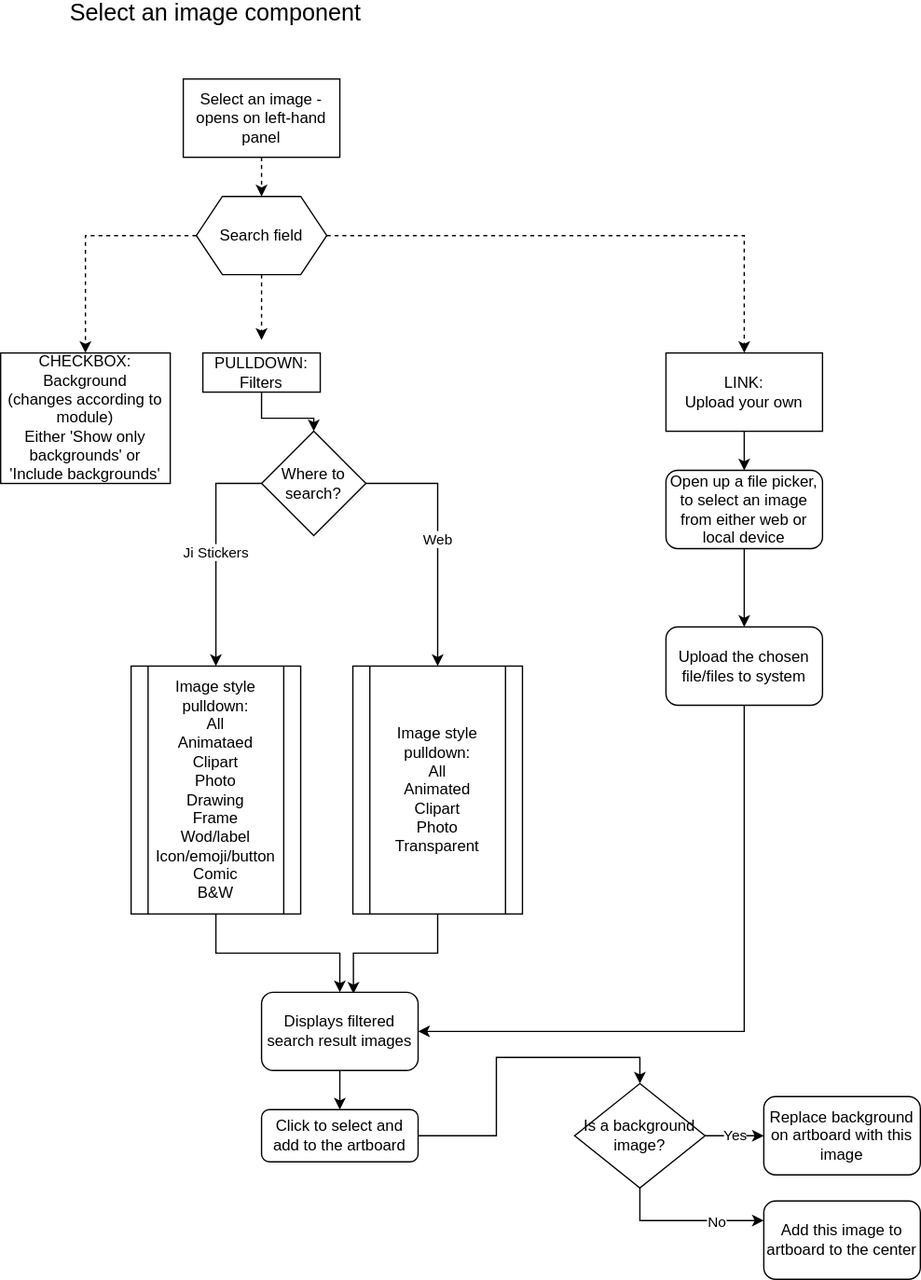
This is modules/components/select-image.drawio.svg from ji-devs/ji-cloud-flowcharts, a draw.io export, as it was before one commit. Source tidied: cells renumbered, new cells last; positions are measured from the earlier drawing's top-left corner, leaving out a move shared by most shapes. Source of this version:
```xml
<mxGraphModel>
  <root>
    <mxCell id="0" />
    <mxCell id="1" parent="0" />
    <mxCell id="2" value="Ji Stickers" style="edgeStyle=orthogonalEdgeStyle;rounded=0;jettySize=auto;html=1;entryX=0.5;entryY=0;entryDx=0;entryDy=0;" parent="1" edge="1" source="4" target="6">
      <mxGeometry relative="1" as="geometry">
        <Array as="points">
          <mxPoint x="165" y="370" />
        </Array>
      </mxGeometry>
    </mxCell>
    <mxCell id="3" value="Web" style="edgeStyle=orthogonalEdgeStyle;rounded=0;jettySize=auto;html=1;entryX=0.5;entryY=0;entryDx=0;entryDy=0;exitX=1;exitY=0.5;exitDx=0;exitDy=0;" parent="1" edge="1" source="4" target="8">
      <mxGeometry relative="1" as="geometry" />
    </mxCell>
    <mxCell id="4" value="Where to search?" style="rhombus;whiteSpace=wrap;html=1;" parent="1" vertex="1">
      <mxGeometry x="200" y="330" width="80" height="80" as="geometry" />
    </mxCell>
    <mxCell id="5" style="edgeStyle=orthogonalEdgeStyle;rounded=0;jettySize=auto;html=1;entryX=0.5;entryY=0;entryDx=0;entryDy=0;" parent="1" edge="1" source="6" target="23">
      <mxGeometry relative="1" as="geometry" />
    </mxCell>
    <mxCell id="6" value="Image style pulldown:&lt;br&gt;All&lt;br&gt;Animataed&lt;br&gt;Clipart&lt;br&gt;Photo&lt;br&gt;Drawing&lt;br&gt;Frame&lt;br&gt;Wod/label&lt;br&gt;Icon/emoji/button&lt;br&gt;Comic&lt;br&gt;B&amp;amp;W" style="shape=process;whiteSpace=wrap;html=1;backgroundOutline=1;" parent="1" vertex="1">
      <mxGeometry x="100" y="510" width="130" height="190" as="geometry" />
    </mxCell>
    <mxCell id="7" style="edgeStyle=orthogonalEdgeStyle;rounded=0;jettySize=auto;html=1;entryX=0.587;entryY=0.02;entryDx=0;entryDy=0;entryPerimeter=0;" parent="1" edge="1" source="8" target="23">
      <mxGeometry relative="1" as="geometry" />
    </mxCell>
    <mxCell id="8" value="Image style pulldown:&lt;br&gt;All&lt;br&gt;Animated&lt;br&gt;Clipart&lt;br&gt;Photo&lt;br&gt;Transparent" style="shape=process;whiteSpace=wrap;html=1;backgroundOutline=1;" parent="1" vertex="1">
      <mxGeometry x="270" y="510" width="130" height="190" as="geometry" />
    </mxCell>
    <mxCell id="9" value="&lt;font style=&quot;font-size: 18px&quot;&gt;Select an image component&lt;/font&gt;" style="text;html=1;strokeColor=none;fillColor=none;align=center;verticalAlign=middle;whiteSpace=wrap;rounded=0;" parent="1" vertex="1">
      <mxGeometry x="30" width="270" height="20" as="geometry" />
    </mxCell>
    <mxCell id="10" style="edgeStyle=orthogonalEdgeStyle;rounded=0;jettySize=auto;html=1;dashed=1;exitX=0;exitY=0.5;exitDx=0;exitDy=0;" parent="1" edge="1" source="16" target="13">
      <mxGeometry relative="1" as="geometry" />
    </mxCell>
    <mxCell id="11" style="edgeStyle=orthogonalEdgeStyle;rounded=0;jettySize=auto;html=1;exitX=0.5;exitY=1;exitDx=0;exitDy=0;entryX=0.5;entryY=0;entryDx=0;entryDy=0;dashed=1;" parent="1" edge="1" source="12" target="16">
      <mxGeometry relative="1" as="geometry" />
    </mxCell>
    <mxCell id="12" value="Select an image - opens on left-hand panel" style="rounded=0;whiteSpace=wrap;html=1;" parent="1" vertex="1">
      <mxGeometry x="140" y="60" width="120" height="60" as="geometry" />
    </mxCell>
    <mxCell id="13" value="CHECKBOX: Background &lt;br&gt;(changes according to module)&lt;br&gt;Either 'Show only backgrounds' or 'Include backgrounds'" style="rounded=0;whiteSpace=wrap;html=1;" parent="1" vertex="1">
      <mxGeometry y="270" width="130" height="100" as="geometry" />
    </mxCell>
    <mxCell id="14" style="edgeStyle=orthogonalEdgeStyle;rounded=0;jettySize=auto;html=1;exitX=0.5;exitY=1;exitDx=0;exitDy=0;dashed=1;" parent="1" edge="1" source="16">
      <mxGeometry relative="1" as="geometry">
        <mxPoint x="200" y="260" as="targetPoint" />
      </mxGeometry>
    </mxCell>
    <mxCell id="15" style="edgeStyle=orthogonalEdgeStyle;rounded=0;jettySize=auto;html=1;dashed=1;entryX=0.5;entryY=0;entryDx=0;entryDy=0;" parent="1" edge="1" source="16" target="21">
      <mxGeometry relative="1" as="geometry" />
    </mxCell>
    <mxCell id="16" value="Search field" style="shape=hexagon;perimeter=hexagonPerimeter2;whiteSpace=wrap;html=1;fixedSize=1;" parent="1" vertex="1">
      <mxGeometry x="150" y="150" width="100" height="60" as="geometry" />
    </mxCell>
    <mxCell id="17" style="edgeStyle=orthogonalEdgeStyle;rounded=0;jettySize=auto;html=1;entryX=0.5;entryY=0;entryDx=0;entryDy=0;" parent="1" edge="1" source="18" target="4">
      <mxGeometry relative="1" as="geometry" />
    </mxCell>
    <mxCell id="18" value="PULLDOWN: Filters" style="whiteSpace=wrap;html=1;" parent="1" vertex="1">
      <mxGeometry x="155" y="270" width="90" height="30" as="geometry" />
    </mxCell>
    <mxCell id="19" style="edgeStyle=orthogonalEdgeStyle;rounded=0;jettySize=auto;html=1;entryX=1;entryY=0.5;entryDx=0;entryDy=0;exitX=0.5;exitY=1;exitDx=0;exitDy=0;" parent="1" edge="1" source="34" target="23">
      <mxGeometry relative="1" as="geometry" />
    </mxCell>
    <mxCell id="20" style="edgeStyle=orthogonalEdgeStyle;rounded=0;jettySize=auto;html=1;entryX=0.5;entryY=0;entryDx=0;entryDy=0;" parent="1" edge="1" source="21" target="33">
      <mxGeometry relative="1" as="geometry" />
    </mxCell>
    <mxCell id="21" value="LINK: &lt;br&gt;Upload your own" style="rounded=0;whiteSpace=wrap;html=1;" parent="1" vertex="1">
      <mxGeometry x="510" y="270" width="120" height="60" as="geometry" />
    </mxCell>
    <mxCell id="22" style="edgeStyle=orthogonalEdgeStyle;rounded=0;jettySize=auto;html=1;entryX=0.5;entryY=0;entryDx=0;entryDy=0;" parent="1" edge="1" source="23" target="25">
      <mxGeometry relative="1" as="geometry" />
    </mxCell>
    <mxCell id="23" value="Displays filtered search result images" style="rounded=1;whiteSpace=wrap;html=1;" parent="1" vertex="1">
      <mxGeometry x="200" y="760" width="120" height="60" as="geometry" />
    </mxCell>
    <mxCell id="24" style="edgeStyle=orthogonalEdgeStyle;rounded=0;jettySize=auto;html=1;entryX=0.5;entryY=0;entryDx=0;entryDy=0;" parent="1" edge="1" source="25" target="29">
      <mxGeometry relative="1" as="geometry" />
    </mxCell>
    <mxCell id="25" value="Click to select and add to the artboard" style="rounded=1;whiteSpace=wrap;html=1;" parent="1" vertex="1">
      <mxGeometry x="200" y="850" width="120" height="40" as="geometry" />
    </mxCell>
    <mxCell id="26" value="Yes" style="edgeStyle=orthogonalEdgeStyle;rounded=0;jettySize=auto;html=1;entryX=0;entryY=0.5;entryDx=0;entryDy=0;" parent="1" edge="1" source="29" target="30">
      <mxGeometry relative="1" as="geometry" />
    </mxCell>
    <mxCell id="27" style="edgeStyle=orthogonalEdgeStyle;rounded=0;jettySize=auto;html=1;entryX=0;entryY=0.25;entryDx=0;entryDy=0;exitX=0.5;exitY=1;exitDx=0;exitDy=0;" parent="1" edge="1" source="29" target="31">
      <mxGeometry relative="1" as="geometry" />
    </mxCell>
    <mxCell id="28" value="No" style="edgeLabel;html=1;align=center;verticalAlign=middle;" parent="27" vertex="1">
      <mxGeometry x="0.38" relative="1" as="geometry" />
    </mxCell>
    <mxCell id="29" value="Is a background image?" style="rhombus;whiteSpace=wrap;html=1;" parent="1" vertex="1">
      <mxGeometry x="440" y="830" width="100" height="80" as="geometry" />
    </mxCell>
    <mxCell id="30" value="Replace background on artboard with this image" style="rounded=1;whiteSpace=wrap;html=1;" parent="1" vertex="1">
      <mxGeometry x="585" y="840" width="120" height="60" as="geometry" />
    </mxCell>
    <mxCell id="31" value="Add this image to artboard to the center" style="rounded=1;whiteSpace=wrap;html=1;" parent="1" vertex="1">
      <mxGeometry x="585" y="920" width="120" height="60" as="geometry" />
    </mxCell>
    <mxCell id="32" style="edgeStyle=orthogonalEdgeStyle;rounded=0;jettySize=auto;html=1;entryX=0.5;entryY=0;entryDx=0;entryDy=0;" parent="1" edge="1" source="33" target="34">
      <mxGeometry relative="1" as="geometry" />
    </mxCell>
    <mxCell id="33" value="Open up a file picker, to select an image from either web or local device" style="rounded=1;whiteSpace=wrap;html=1;" parent="1" vertex="1">
      <mxGeometry x="510" y="360" width="120" height="60" as="geometry" />
    </mxCell>
    <mxCell id="34" value="Upload the chosen file/files to system" style="rounded=1;whiteSpace=wrap;html=1;" parent="1" vertex="1">
      <mxGeometry x="510" y="480" width="120" height="60" as="geometry" />
    </mxCell>
  </root>
</mxGraphModel>
```
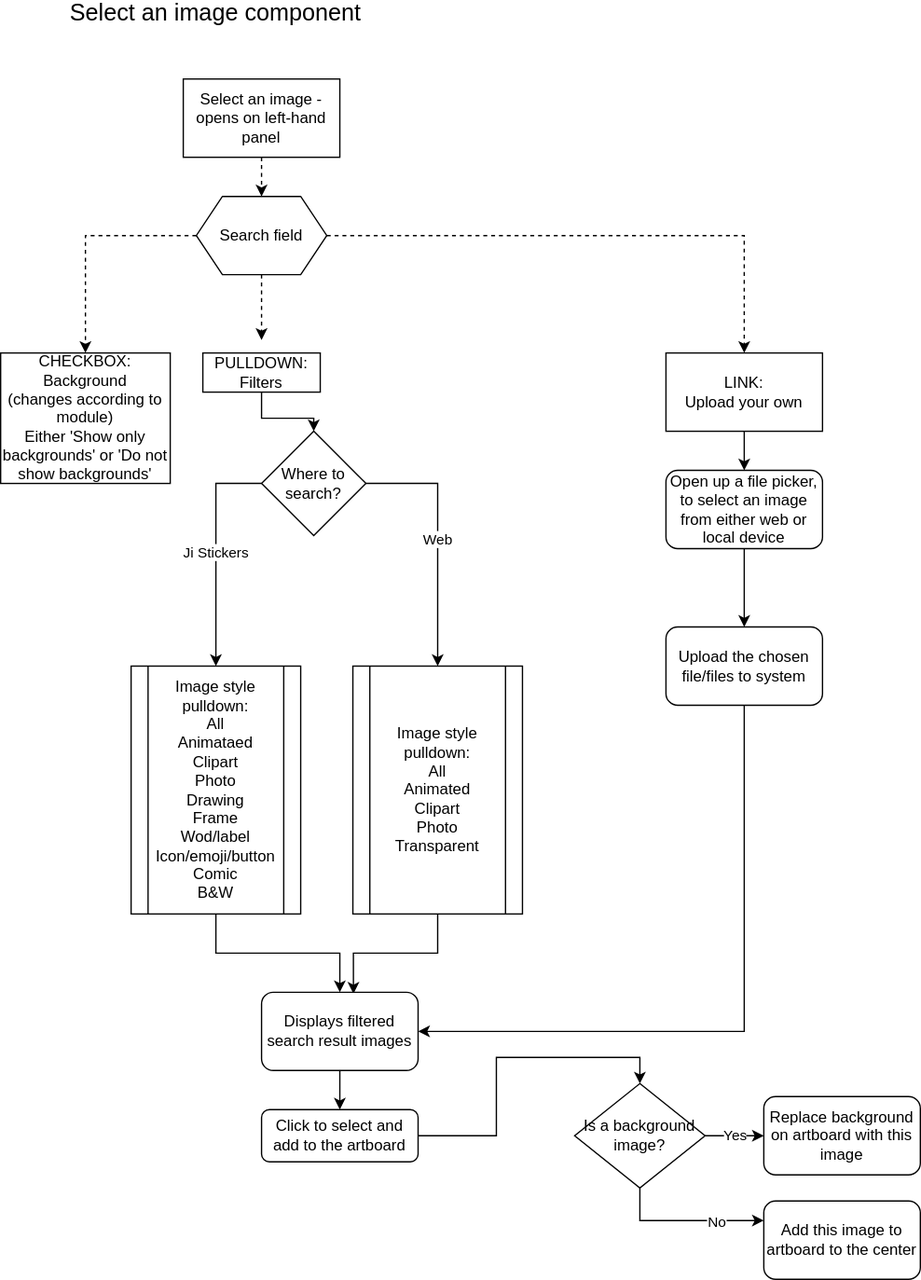
Later version of the same file.

Change to the diagram source:
```diff
@@ -39,7 +39,7 @@
     <mxCell id="12" value="Select an image - opens on left-hand panel" style="rounded=0;whiteSpace=wrap;html=1;" parent="1" vertex="1">
       <mxGeometry x="140" y="60" width="120" height="60" as="geometry" />
     </mxCell>
-    <mxCell id="13" value="CHECKBOX: Background &lt;br&gt;(changes according to module)&lt;br&gt;Either 'Show only backgrounds' or 'Include backgrounds'" style="rounded=0;whiteSpace=wrap;html=1;" parent="1" vertex="1">
+    <mxCell id="13" value="CHECKBOX: Background &lt;br&gt;(changes according to module)&lt;br&gt;Either 'Show only backgrounds' or 'Do not show backgrounds'" style="rounded=0;whiteSpace=wrap;html=1;" parent="1" vertex="1">
       <mxGeometry y="270" width="130" height="100" as="geometry" />
     </mxCell>
     <mxCell id="14" style="edgeStyle=orthogonalEdgeStyle;rounded=0;jettySize=auto;html=1;exitX=0.5;exitY=1;exitDx=0;exitDy=0;dashed=1;" parent="1" edge="1" source="16">
```
